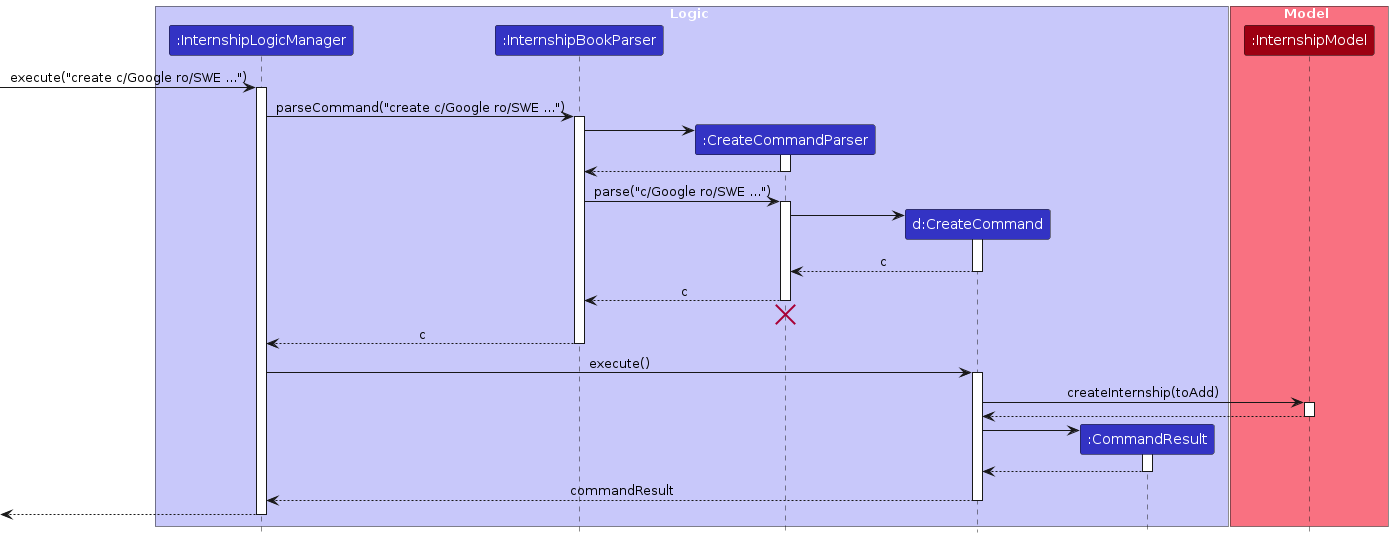
This is diagrams/CreateSequenceDiagram.png from AY2324S1-CS2103T-W17-1/tp, a PlantUML export, as it was before one commit. Its source is kept beside it as diagrams/CreateSequenceDiagram.puml.
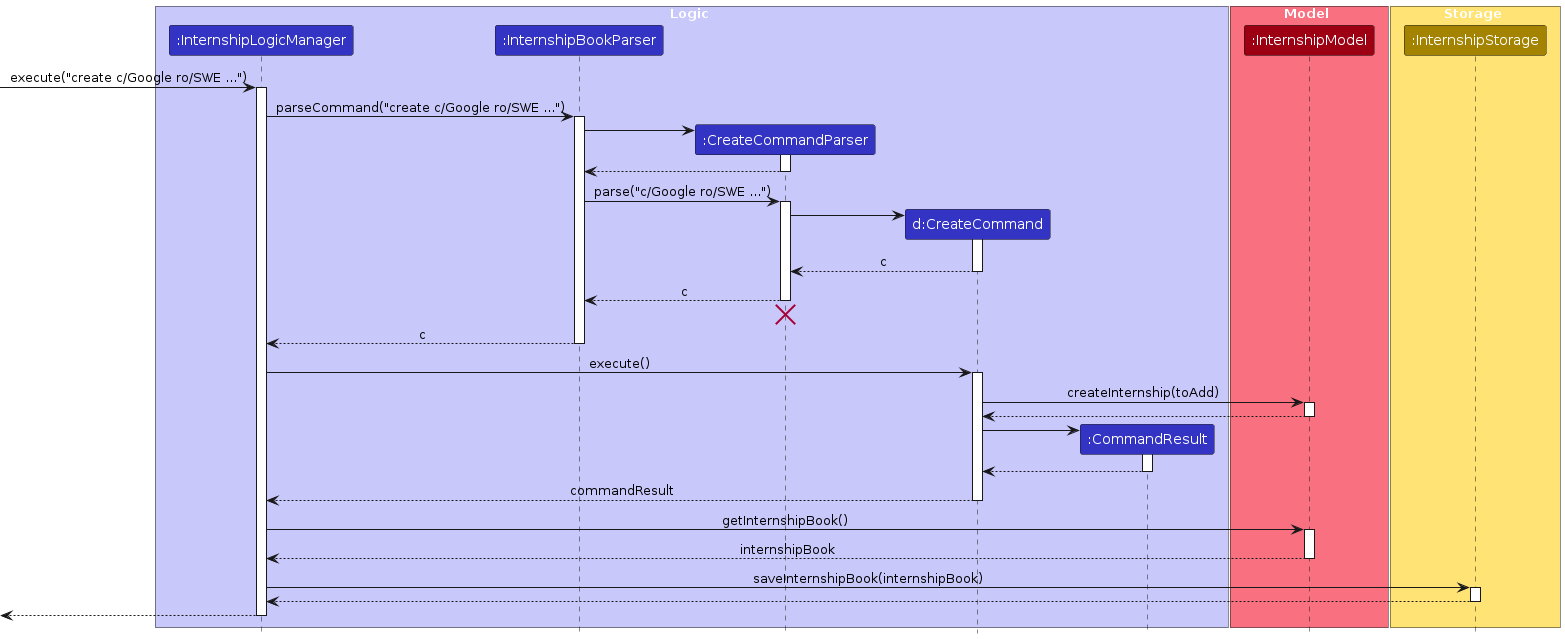
Above is the later version.

Diff of the diagram source:
```diff
@@ -12,6 +12,10 @@
 
 box Model MODEL_COLOR_T1
 participant ":InternshipModel" as InternshipModel MODEL_COLOR
+end box
+
+box Storage STORAGE_COLOR_T1
+participant ":InternshipStorage" as Storage STORAGE_COLOR
 end box
 
 [-> InternshipLogicManager : execute("create c/Google ro/SWE ...")
@@ -65,6 +69,18 @@
 
 deactivate CreateCommand
 
+InternshipLogicManager -> InternshipModel : getInternshipBook()
+activate InternshipModel
+
+InternshipModel --> InternshipLogicManager : internshipBook
+deactivate InternshipModel
+
+InternshipLogicManager -> Storage : saveInternshipBook(internshipBook)
+activate Storage
+
+Storage --> InternshipLogicManager
+deactivate Storage
+
 [<--InternshipLogicManager
 deactivate InternshipLogicManager
 @enduml
```
